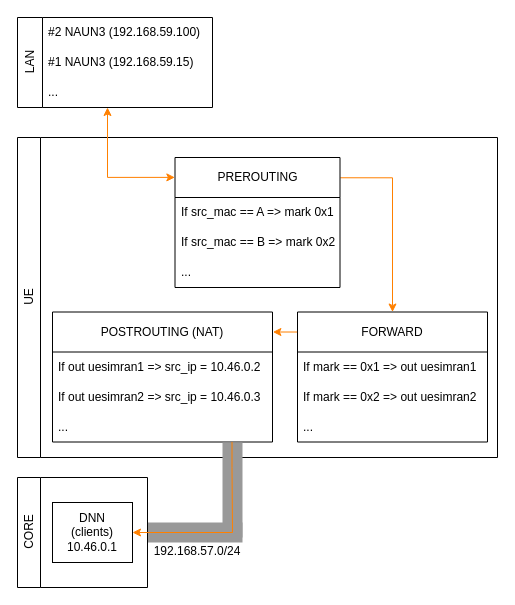
Earlier version of the draw.io diagram page "Policy Based Routing" (3 of 9) of docs/5G Emulated Network/topology.drawio (davidjosearaujo/dissertation). Source tidied: cells renumbered, new cells numbered last; positions are measured from the earlier drawing's top-left corner, leaving out a move shared by most shapes. Both pictures are drawn from the tidied source at 100%, with x=0, y=0 at pixel (17, 17).
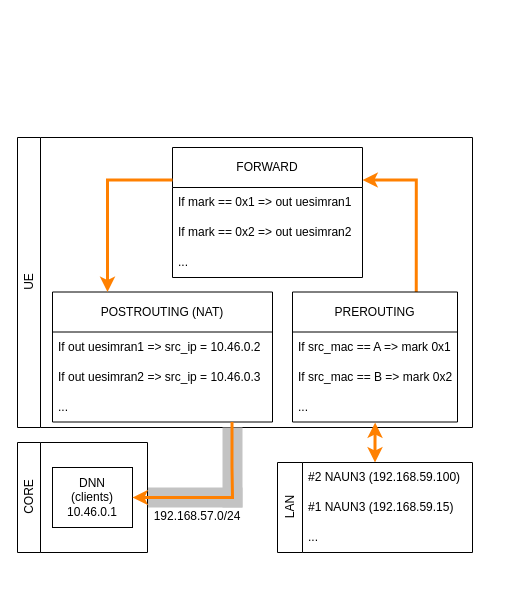
After the change.

The change refers to these unchanged cells:
```xml
<mxCell id="7" value="..." style="text;strokeColor=none;fillColor=none;align=left;verticalAlign=middle;spacingLeft=4;spacingRight=4;overflow=hidden;points=[[0,0.5],[1,0.5]];portConstraint=eastwest;whiteSpace=wrap;html=1;" parent="4" vertex="1">
  <mxGeometry y="100" width="165" height="30" as="geometry" />
</mxCell>
<mxCell id="15" value="..." style="text;strokeColor=none;fillColor=none;align=left;verticalAlign=middle;spacingLeft=4;spacingRight=4;overflow=hidden;points=[[0,0.5],[1,0.5]];portConstraint=eastwest;whiteSpace=wrap;html=1;" parent="12" vertex="1">
  <mxGeometry y="100" width="220" height="30" as="geometry" />
</mxCell>
<mxCell id="20" value="DNN&lt;div&gt;(clients)&lt;/div&gt;&lt;div&gt;10.46.0.1&lt;/div&gt;" style="rounded=0;whiteSpace=wrap;html=1;" parent="19" vertex="1">
  <mxGeometry x="35" y="25" width="80" height="60" as="geometry" />
</mxCell>
```

Change to the diagram source:
```diff
@@
     <mxCell id="2" value="&lt;span style=&quot;font-weight: normal;&quot;&gt;UE&lt;/span&gt;" style="swimlane;whiteSpace=wrap;html=1;horizontal=0;" parent="1" vertex="1">
-      <mxGeometry y="120" width="480" height="320" as="geometry" />
+      <mxGeometry y="120" width="455" height="290" as="geometry" />
     </mxCell>
-    <mxCell id="3" style="edgeStyle=orthogonalEdgeStyle;rounded=0;jettySize=auto;html=1;exitX=1.002;exitY=0.156;exitDx=0;exitDy=0;exitPerimeter=0;entryX=0.5;entryY=0;entryDx=0;entryDy=0;strokeColor=#FF8000;" parent="2" edge="1" source="4" target="8">
+    <mxCell id="3" style="edgeStyle=orthogonalEdgeStyle;rounded=0;jettySize=auto;html=1;exitX=0.75;exitY=0;exitDx=0;exitDy=0;entryX=1;entryY=0.25;entryDx=0;entryDy=0;strokeColor=#FF8000;strokeWidth=3;" parent="2" edge="1" source="4" target="8">
       <mxGeometry relative="1" as="geometry" />
     </mxCell>
     <mxCell id="4" value="&lt;div style=&quot;text-align: left;&quot;&gt;&lt;span style=&quot;background-color: transparent; color: light-dark(rgb(0, 0, 0), rgb(255, 255, 255));&quot;&gt;PREROUTING&lt;/span&gt;&lt;/div&gt;" style="swimlane;fontStyle=0;horizontal=1;startSize=40;whiteSpace=wrap;html=1;" parent="2" vertex="1">
-      <mxGeometry x="157.5" y="20" width="165" height="130" as="geometry" />
+      <mxGeometry x="275" y="154.5" width="165" height="130" as="geometry" />
     </mxCell>
@@
     <mxCell id="8" value="&lt;div style=&quot;text-align: left;&quot;&gt;&lt;span style=&quot;background-color: transparent; color: light-dark(rgb(0, 0, 0), rgb(255, 255, 255));&quot;&gt;FORWARD&lt;/span&gt;&lt;/div&gt;" style="swimlane;fontStyle=0;horizontal=1;startSize=40;whiteSpace=wrap;html=1;" parent="2" vertex="1">
-      <mxGeometry x="280" y="174.5" width="190" height="130" as="geometry" />
+      <mxGeometry x="155" y="10" width="190" height="130" as="geometry" />
     </mxCell>
@@
     <mxCell id="12" value="&lt;div style=&quot;text-align: left;&quot;&gt;&lt;span style=&quot;background-color: transparent; color: light-dark(rgb(0, 0, 0), rgb(255, 255, 255));&quot;&gt;POSTROUTING (NAT)&lt;/span&gt;&lt;/div&gt;" style="swimlane;fontStyle=0;horizontal=1;startSize=40;whiteSpace=wrap;html=1;" parent="2" vertex="1">
-      <mxGeometry x="35" y="174.5" width="220" height="130" as="geometry" />
+      <mxGeometry x="35" y="154.5" width="220" height="130" as="geometry" />
     </mxCell>
@@
-    <mxCell id="16" style="edgeStyle=orthogonalEdgeStyle;rounded=0;jettySize=auto;html=1;exitX=-0.002;exitY=0.154;exitDx=0;exitDy=0;exitPerimeter=0;entryX=1.002;entryY=0.153;entryDx=0;entryDy=0;entryPerimeter=0;strokeColor=#FF8000;" parent="2" edge="1" source="8" target="12">
+    <mxCell id="16" style="edgeStyle=orthogonalEdgeStyle;rounded=0;jettySize=auto;html=1;exitX=0;exitY=0.25;exitDx=0;exitDy=0;entryX=0.25;entryY=0;entryDx=0;entryDy=0;strokeColor=#FF8000;strokeWidth=3;" parent="2" edge="1" source="8" target="12">
       <mxGeometry relative="1" as="geometry" />
     </mxCell>
-    <mxCell id="17" style="rounded=0;whiteSpace=wrap;html=1;labelBackgroundColor=light-dark(#FFFFFF,#999999);fillColor=light-dark(#999999,#E6E6E6);strokeColor=none;" parent="1" vertex="1">
-      <mxGeometry x="130" y="505" width="95" height="20" as="geometry" />
+    <mxCell id="17" style="rounded=0;whiteSpace=wrap;html=1;labelBackgroundColor=light-dark(#FFFFFF,#999999);fillColor=light-dark(#C3C3C3,#E6E6E6);strokeColor=none;" parent="1" vertex="1">
+      <mxGeometry x="130" y="470" width="95" height="20" as="geometry" />
     </mxCell>
-    <mxCell id="18" style="rounded=0;whiteSpace=wrap;html=1;labelBackgroundColor=light-dark(#FFFFFF,#999999);fillColor=light-dark(#999999,#E6E6E6);strokeColor=none;" parent="1" vertex="1">
-      <mxGeometry x="205" y="425" width="20" height="95" as="geometry" />
+    <mxCell id="18" style="rounded=0;whiteSpace=wrap;html=1;labelBackgroundColor=light-dark(#FFFFFF,#999999);fillColor=light-dark(#C3C3C3,#E6E6E6);strokeColor=none;" parent="1" vertex="1">
+      <mxGeometry x="205" y="410" width="20" height="80" as="geometry" />
     </mxCell>
     <mxCell id="19" value="&lt;span style=&quot;font-weight: 400;&quot;&gt;CORE&lt;/span&gt;" style="swimlane;whiteSpace=wrap;html=1;horizontal=0;" parent="1" vertex="1">
-      <mxGeometry y="460" width="130" height="110" as="geometry" />
+      <mxGeometry y="425" width="130" height="110" as="geometry" />
     </mxCell>
@@
-    <mxCell id="21" style="edgeStyle=orthogonalEdgeStyle;rounded=0;jettySize=auto;html=1;entryX=-0.001;entryY=0.153;entryDx=0;entryDy=0;startArrow=classic;startFill=1;entryPerimeter=0;strokeColor=#FF8000;" parent="1" edge="1" source="22" target="4">
-      <mxGeometry relative="1" as="geometry">
-        <Array as="points">
-          <mxPoint x="90" y="160" />
-        </Array>
-      </mxGeometry>
+    <mxCell id="21" style="edgeStyle=orthogonalEdgeStyle;rounded=0;jettySize=auto;html=1;entryX=0.501;entryY=1.02;entryDx=0;entryDy=0;startArrow=classic;startFill=1;entryPerimeter=0;strokeColor=#FF8000;strokeWidth=3;" parent="1" edge="1" source="22" target="7">
+      <mxGeometry relative="1" as="geometry" />
     </mxCell>
     <mxCell id="22" value="&lt;div style=&quot;text-align: left;&quot;&gt;&lt;span style=&quot;background-color: transparent; color: light-dark(rgb(0, 0, 0), rgb(255, 255, 255));&quot;&gt;LAN&lt;/span&gt;&lt;/div&gt;" style="swimlane;fontStyle=0;horizontal=0;startSize=25;whiteSpace=wrap;html=1;" parent="1" vertex="1">
-      <mxGeometry width="195" height="90" as="geometry" />
+      <mxGeometry x="260" y="445" width="195" height="90" as="geometry" />
     </mxCell>
@@
-    <mxCell id="26" style="edgeStyle=orthogonalEdgeStyle;rounded=0;jettySize=auto;html=1;exitX=0.816;exitY=0.998;exitDx=0;exitDy=0;entryX=1;entryY=0.5;entryDx=0;entryDy=0;exitPerimeter=0;strokeColor=#FF8000;" parent="1" edge="1" source="15" target="20">
+    <mxCell id="26" style="edgeStyle=orthogonalEdgeStyle;rounded=0;jettySize=auto;html=1;exitX=0.816;exitY=0.998;exitDx=0;exitDy=0;entryX=1;entryY=0.5;entryDx=0;entryDy=0;exitPerimeter=0;strokeColor=#FF8000;strokeWidth=3;" parent="1" edge="1" source="15" target="20">
       <mxGeometry relative="1" as="geometry">
         <Array as="points">
           <mxPoint x="215" y="450" />
           <mxPoint x="215" y="450" />
-          <mxPoint x="215" y="515" />
+          <mxPoint x="215" y="480" />
         </Array>
       </mxGeometry>
     </mxCell>
     <mxCell id="27" value="192.168.57.0/24" style="text;html=1;align=center;verticalAlign=middle;whiteSpace=wrap;rounded=0;rotation=0;" parent="1" vertex="1">
-      <mxGeometry x="135" y="525" width="90" height="18" as="geometry" />
+      <mxGeometry x="135" y="490" width="90" height="18" as="geometry" />
     </mxCell>
```
